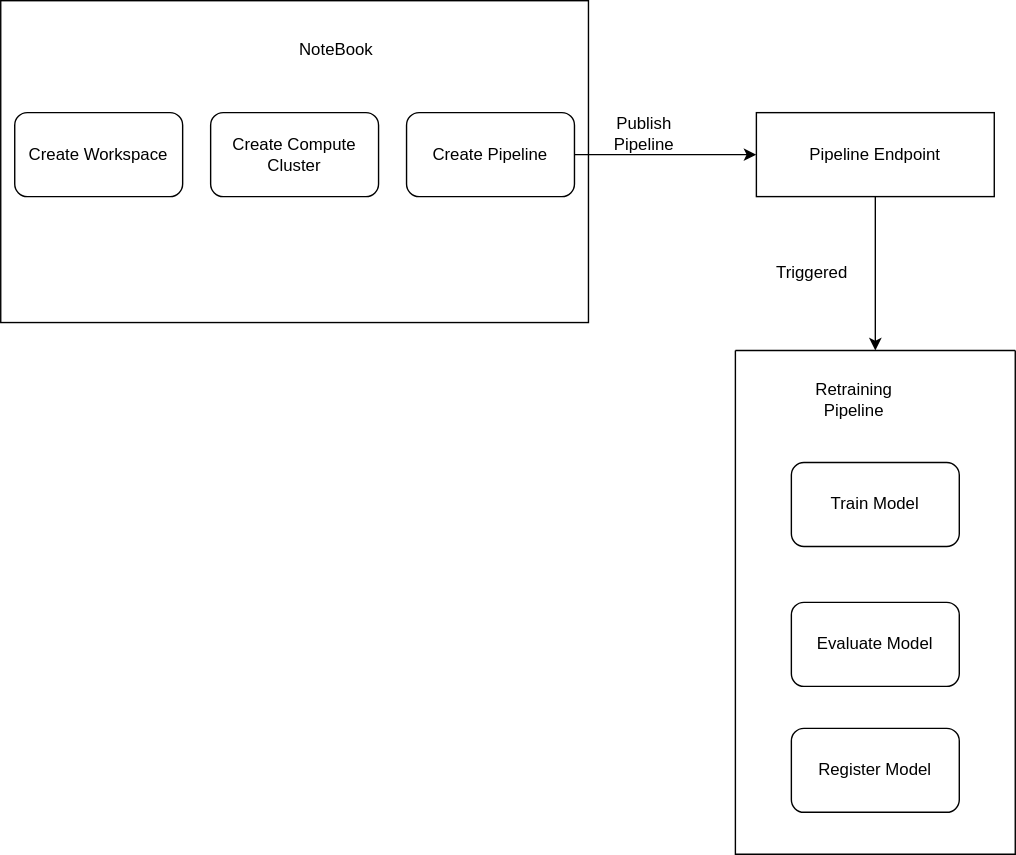
This is screenshots/architecture2.drawio.svg from leonchen34/nd00333_AZMLND_Project2, a draw.io export, as it was before one commit. Source tidied: cells renumbered, new cells last; positions are measured from the earlier drawing's top-left corner, leaving out a move shared by most shapes. The source it was exported from:
```xml
<mxGraphModel>
  <root>
    <mxCell id="0" />
    <mxCell id="1" parent="0" />
    <mxCell id="2" style="rounded=0;whiteSpace=wrap;html=1;" parent="1" vertex="1">
      <mxGeometry width="420" height="230" as="geometry" />
    </mxCell>
    <mxCell id="3" value="NoteBook" style="text;html=1;strokeColor=none;fillColor=none;align=center;verticalAlign=middle;whiteSpace=wrap;rounded=0;" parent="1" vertex="1">
      <mxGeometry x="210" y="20" width="60" height="30" as="geometry" />
    </mxCell>
    <mxCell id="4" value="Create Workspace" style="rounded=1;whiteSpace=wrap;html=1;" parent="1" vertex="1">
      <mxGeometry x="10" y="80" width="120" height="60" as="geometry" />
    </mxCell>
    <mxCell id="5" value="Create Compute Cluster" style="rounded=1;whiteSpace=wrap;html=1;" parent="1" vertex="1">
      <mxGeometry x="150" y="80" width="120" height="60" as="geometry" />
    </mxCell>
    <mxCell id="6" style="edgeStyle=none;html=1;entryX=0;entryY=0.5;entryDx=0;entryDy=0;" parent="1" edge="1" source="7" target="9">
      <mxGeometry relative="1" as="geometry" />
    </mxCell>
    <mxCell id="7" value="Create Pipeline" style="rounded=1;whiteSpace=wrap;html=1;" parent="1" vertex="1">
      <mxGeometry x="290" y="80" width="120" height="60" as="geometry" />
    </mxCell>
    <mxCell id="8" style="edgeStyle=none;html=1;entryX=0.5;entryY=0;entryDx=0;entryDy=0;" parent="1" edge="1" source="9" target="11">
      <mxGeometry relative="1" as="geometry" />
    </mxCell>
    <mxCell id="9" value="Pipeline Endpoint" style="rounded=0;whiteSpace=wrap;html=1;" parent="1" vertex="1">
      <mxGeometry x="540" y="80" width="170" height="60" as="geometry" />
    </mxCell>
    <mxCell id="10" value="Publish Pipeline" style="text;html=1;strokeColor=none;fillColor=none;align=center;verticalAlign=middle;whiteSpace=wrap;rounded=0;" parent="1" vertex="1">
      <mxGeometry x="430" y="80" width="60" height="30" as="geometry" />
    </mxCell>
    <mxCell id="11" style="swimlane;startSize=0;" parent="1" vertex="1">
      <mxGeometry x="525" y="250" width="200" height="360" as="geometry" />
    </mxCell>
    <mxCell id="12" value="Retraining Pipeline" style="text;html=1;strokeColor=none;fillColor=none;align=center;verticalAlign=middle;whiteSpace=wrap;rounded=0;" parent="11" vertex="1">
      <mxGeometry x="55" y="20" width="60" height="30" as="geometry" />
    </mxCell>
    <mxCell id="13" value="Train Model" style="rounded=1;whiteSpace=wrap;html=1;" parent="11" vertex="1">
      <mxGeometry x="40" y="80" width="120" height="60" as="geometry" />
    </mxCell>
    <mxCell id="14" value="Evaluate Model" style="rounded=1;whiteSpace=wrap;html=1;" parent="11" vertex="1">
      <mxGeometry x="40" y="180" width="120" height="60" as="geometry" />
    </mxCell>
    <mxCell id="15" value="Register Model" style="rounded=1;whiteSpace=wrap;html=1;" parent="11" vertex="1">
      <mxGeometry x="40" y="270" width="120" height="60" as="geometry" />
    </mxCell>
    <mxCell id="16" value="Triggered" style="text;html=1;strokeColor=none;fillColor=none;align=center;verticalAlign=middle;whiteSpace=wrap;rounded=0;" parent="1" vertex="1">
      <mxGeometry x="550" y="180" width="60" height="30" as="geometry" />
    </mxCell>
  </root>
</mxGraphModel>
```
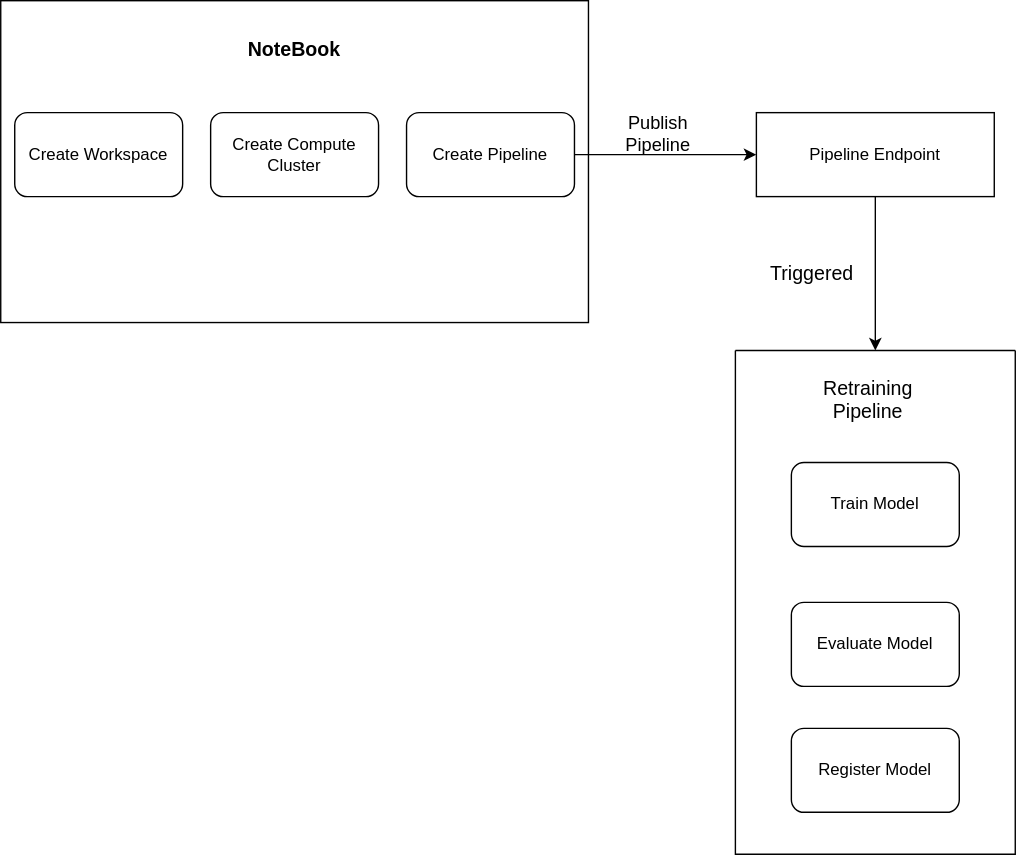
After the commit.

Commit message:
updated architecture drawing

The edit, as a diff of the source:
```diff
@@ -5,8 +5,8 @@
     <mxCell id="2" style="rounded=0;whiteSpace=wrap;html=1;" parent="1" vertex="1">
       <mxGeometry width="420" height="230" as="geometry" />
     </mxCell>
-    <mxCell id="3" value="NoteBook" style="text;html=1;strokeColor=none;fillColor=none;align=center;verticalAlign=middle;whiteSpace=wrap;rounded=0;" parent="1" vertex="1">
-      <mxGeometry x="210" y="20" width="60" height="30" as="geometry" />
+    <mxCell id="3" value="NoteBook" style="text;html=1;strokeColor=none;fillColor=none;align=center;verticalAlign=middle;whiteSpace=wrap;rounded=0;strokeWidth=1;fontStyle=1;spacing=2;fontSize=14;" parent="2" vertex="1">
+      <mxGeometry x="170" y="20" width="80" height="30" as="geometry" />
     </mxCell>
     <mxCell id="4" value="Create Workspace" style="rounded=1;whiteSpace=wrap;html=1;" parent="1" vertex="1">
       <mxGeometry x="10" y="80" width="120" height="60" as="geometry" />
@@ -26,14 +26,14 @@
     <mxCell id="9" value="Pipeline Endpoint" style="rounded=0;whiteSpace=wrap;html=1;" parent="1" vertex="1">
       <mxGeometry x="540" y="80" width="170" height="60" as="geometry" />
     </mxCell>
-    <mxCell id="10" value="Publish Pipeline" style="text;html=1;strokeColor=none;fillColor=none;align=center;verticalAlign=middle;whiteSpace=wrap;rounded=0;" parent="1" vertex="1">
-      <mxGeometry x="430" y="80" width="60" height="30" as="geometry" />
+    <mxCell id="10" value="Publish Pipeline" style="text;html=1;strokeColor=none;fillColor=none;align=center;verticalAlign=middle;whiteSpace=wrap;rounded=0;fontSize=13;" parent="1" vertex="1">
+      <mxGeometry x="440" y="80" width="60" height="30" as="geometry" />
     </mxCell>
     <mxCell id="11" style="swimlane;startSize=0;" parent="1" vertex="1">
       <mxGeometry x="525" y="250" width="200" height="360" as="geometry" />
     </mxCell>
-    <mxCell id="12" value="Retraining Pipeline" style="text;html=1;strokeColor=none;fillColor=none;align=center;verticalAlign=middle;whiteSpace=wrap;rounded=0;" parent="11" vertex="1">
-      <mxGeometry x="55" y="20" width="60" height="30" as="geometry" />
+    <mxCell id="12" value="Retraining Pipeline" style="text;html=1;strokeColor=none;fillColor=none;align=center;verticalAlign=middle;whiteSpace=wrap;rounded=0;fontSize=14;" parent="11" vertex="1">
+      <mxGeometry x="65" y="20" width="60" height="30" as="geometry" />
     </mxCell>
     <mxCell id="13" value="Train Model" style="rounded=1;whiteSpace=wrap;html=1;" parent="11" vertex="1">
       <mxGeometry x="40" y="80" width="120" height="60" as="geometry" />
@@ -44,7 +44,7 @@
     <mxCell id="15" value="Register Model" style="rounded=1;whiteSpace=wrap;html=1;" parent="11" vertex="1">
       <mxGeometry x="40" y="270" width="120" height="60" as="geometry" />
     </mxCell>
-    <mxCell id="16" value="Triggered" style="text;html=1;strokeColor=none;fillColor=none;align=center;verticalAlign=middle;whiteSpace=wrap;rounded=0;" parent="1" vertex="1">
+    <mxCell id="16" value="Triggered" style="text;html=1;strokeColor=none;fillColor=none;align=center;verticalAlign=middle;whiteSpace=wrap;rounded=0;fontSize=14;" parent="1" vertex="1">
       <mxGeometry x="550" y="180" width="60" height="30" as="geometry" />
     </mxCell>
   </root>
```
